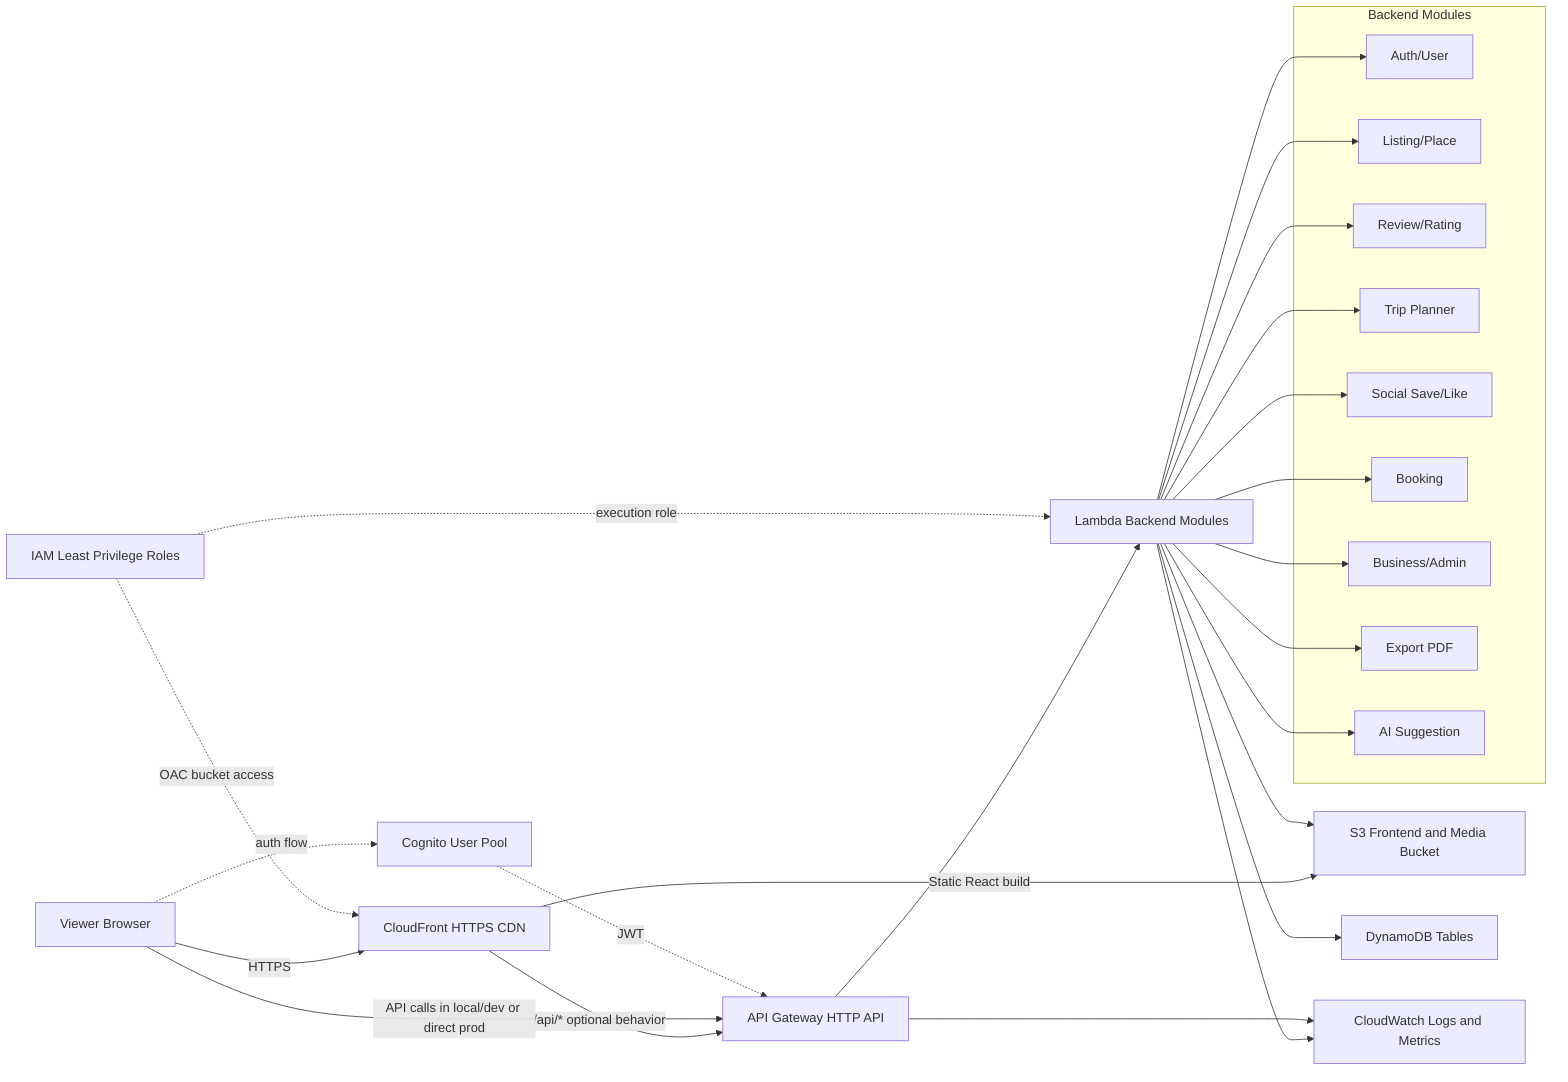
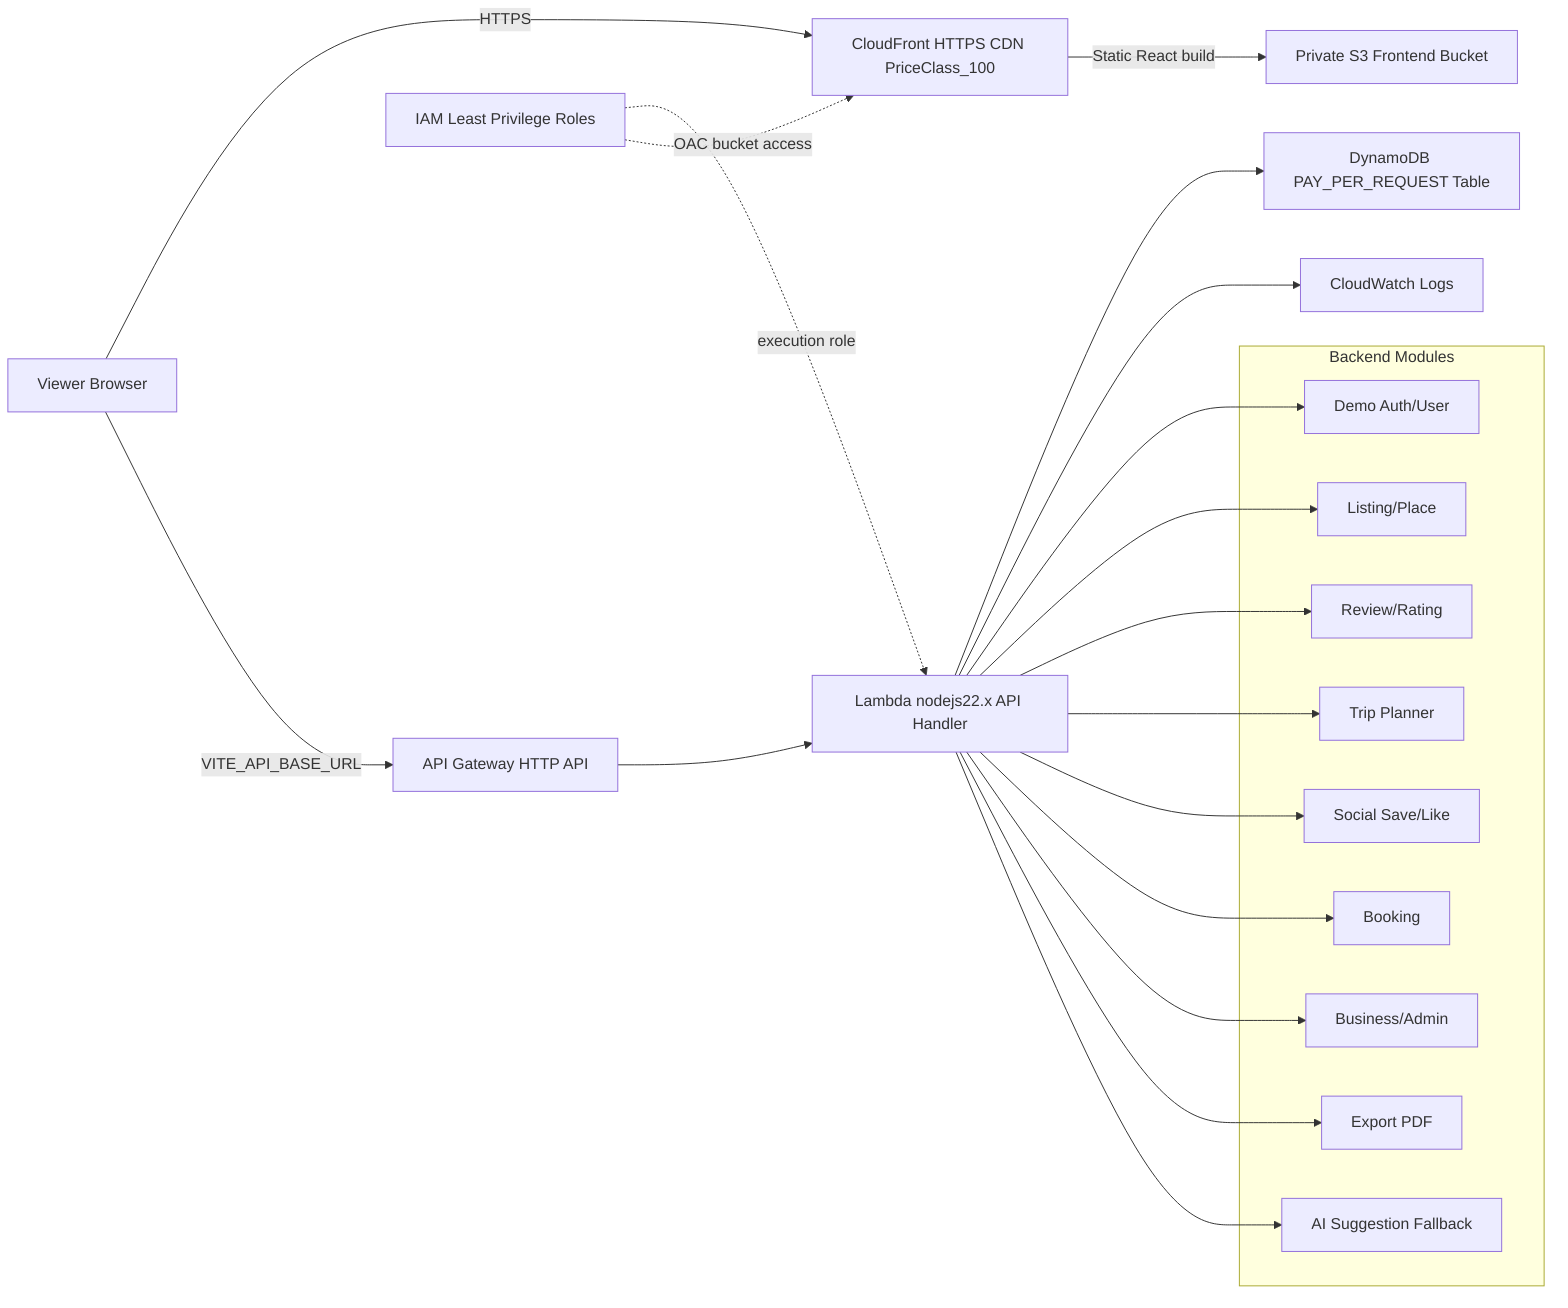
flowchart LR
  viewer[Viewer Browser]
-   cf[CloudFront HTTPS CDN]
-   s3[S3 Frontend and Media Bucket]
+   cf[CloudFront HTTPS CDN PriceClass_100]
+   s3[Private S3 Frontend Bucket]
  api[API Gateway HTTP API]
-   lambda[Lambda Backend Modules]
-   ddb[DynamoDB Tables]
-   cognito[Cognito User Pool]
-   cw[CloudWatch Logs and Metrics]
+   lambda[Lambda nodejs22.x API Handler]
+   ddb[DynamoDB PAY_PER_REQUEST Table]
+   cw[CloudWatch Logs]
  iam[IAM Least Privilege Roles]

  viewer -->|HTTPS| cf
  cf -->|Static React build| s3
-   cf -->|/api/* optional behavior| api
-   viewer -->|API calls in local/dev or direct prod| api
+   viewer -->|VITE_API_BASE_URL| api
  api --> lambda
  lambda --> ddb
-   lambda --> s3
-   viewer -.auth flow.-> cognito
-   cognito -.JWT.-> api
  lambda --> cw
-   api --> cw
  iam -.execution role.-> lambda
  iam -.OAC bucket access.-> cf

  subgraph Backend Modules
-     auth[Auth/User]
+     auth[Demo Auth/User]
    listing[Listing/Place]
    review[Review/Rating]
    trip[Trip Planner]
    social[Social Save/Like]
    booking[Booking]
    dashboard[Business/Admin]
    export[Export PDF]
-     ai[AI Suggestion]
+     ai[AI Suggestion Fallback]
  end

  lambda --> auth
  lambda --> listing
  lambda --> review
  lambda --> trip
  lambda --> social
  lambda --> booking
  lambda --> dashboard
  lambda --> export
  lambda --> ai
